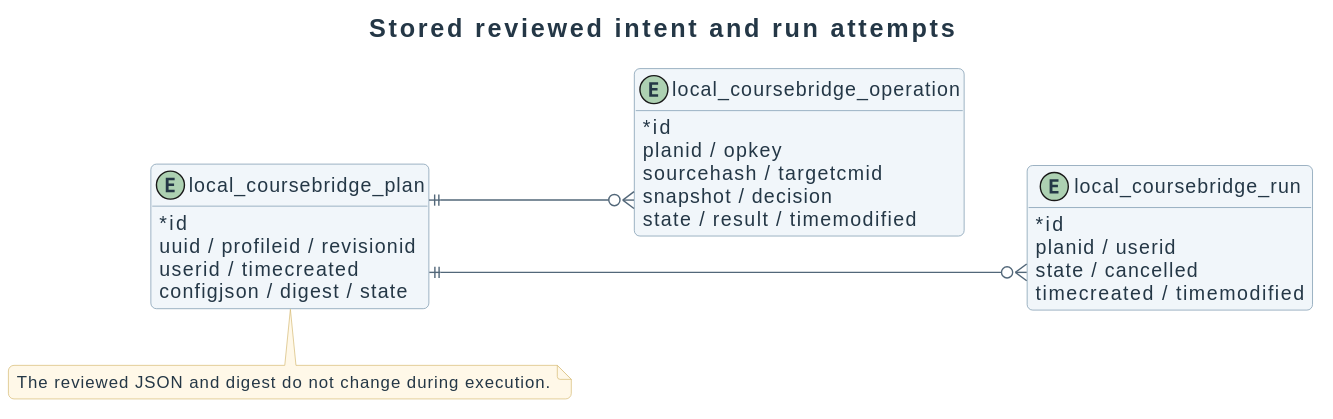
didactika/moodle-local_coursefiles keeps this PlantUML diagram as docs/diagrams/design/migration-data-model.svg. Above is the earlier version.
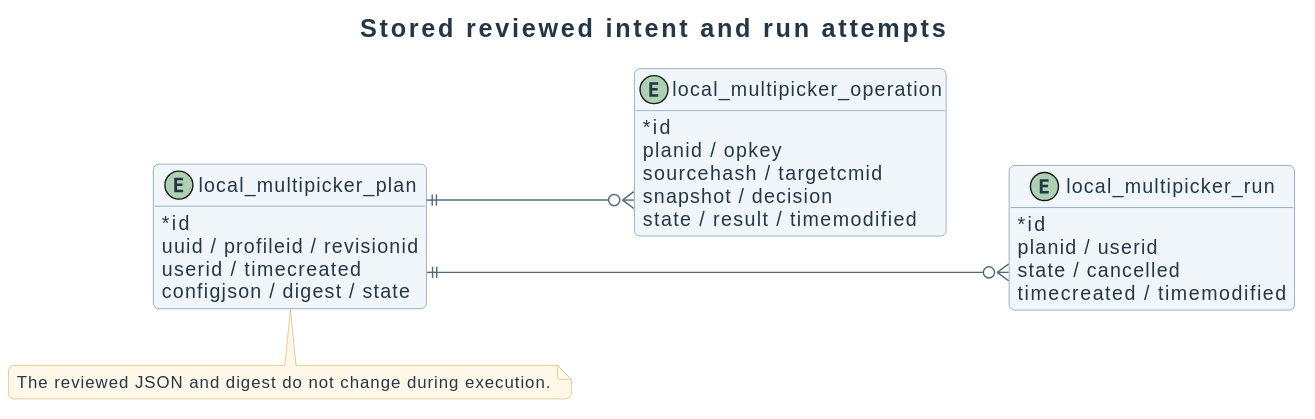
After the commit.

Change to the diagram source:
```diff
@@ -3,14 +3,14 @@
 title Stored reviewed intent and run attempts
 left to right direction
 hide methods
-entity "local_coursebridge_plan" as plan {
+entity "local_multipicker_plan" as plan {
   * id
   uuid / profileid / revisionid
   userid / timecreated
   configjson / digest / state
 }
 
-entity "local_coursebridge_operation" as operation {
+entity "local_multipicker_operation" as operation {
   * id
   planid / opkey
   sourcehash / targetcmid
@@ -18,7 +18,7 @@
   state / result / timemodified
 }
 
-entity "local_coursebridge_run" as run {
+entity "local_multipicker_run" as run {
   * id
   planid / userid
   state / cancelled
```
